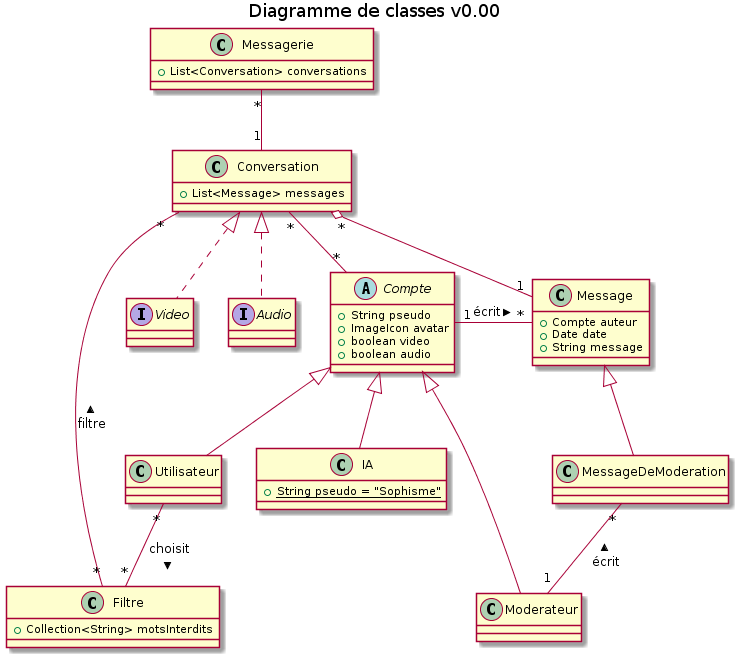
Earlier version of the PlantUML export DC/diagrammes/class-diag.png (gdarchen/WhatsASI). Source of this version:
```plantuml
@startuml
title Diagramme de classes v0.00

class Messagerie {
        +List<Conversation> conversations
}

abstract class Compte {
	+String pseudo
	+ImageIcon avatar
	+boolean video
	+boolean audio
}
class Utilisateur
class Moderateur
class IA {
	{static} +String pseudo = "Sophisme"
}

class Conversation {
	+List<Message> messages
}
class Filtre {
	+Collection<String> motsInterdits
}
class Message {
	+Compte auteur
	+Date date
	+String message
}

class MessageDeModeration
class Conversation
interface Video
interface Audio

Messagerie "*" -- "1" Conversation

Compte "*" -- "*" Conversation

Compte <|-- Moderateur
Compte <|-- Utilisateur
Compte <|-- IA

Conversation <|.. Video
Conversation <|.. Audio

Utilisateur "*" -- "*" Filtre : choisit >

Conversation "*" -- "*" Filtre : < filtre

Message <|-- MessageDeModeration
Message "1" -down-o "*" Conversation

Compte "1" -right- "*" Message : écrit >
MessageDeModeration "*" -- "1" Moderateur : < écrit
@enduml
```
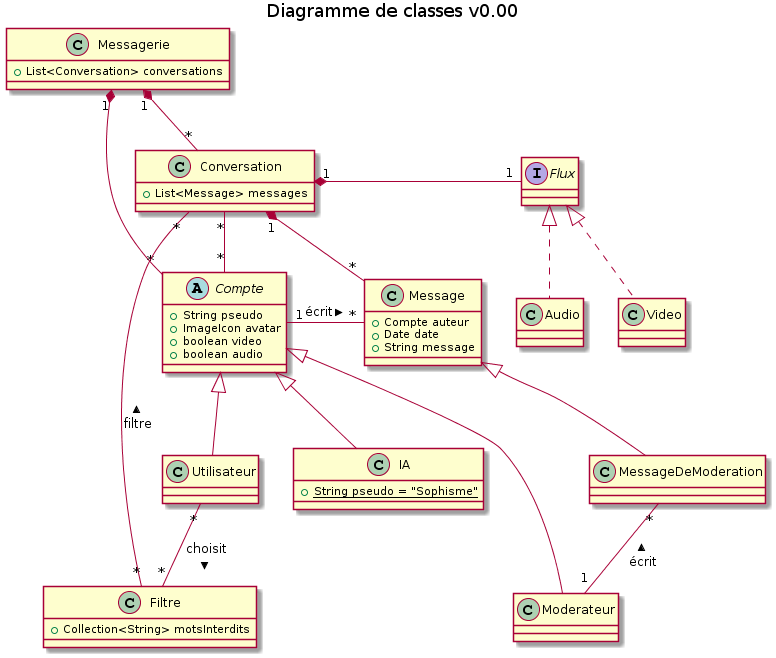
The same diagram one commit later.

Diff of the diagram source:
```diff
@@ -31,26 +31,30 @@
 
 class MessageDeModeration
 class Conversation
-interface Video
-interface Audio
+class Video
+class Audio
+interface Flux
 
-Messagerie "*" -- "1" Conversation
+Messagerie "1" *-down- "*" Conversation
 
 Compte "*" -- "*" Conversation
+
+Messagerie "1" *-down- "*" Compte
 
 Compte <|-- Moderateur
 Compte <|-- Utilisateur
 Compte <|-- IA
 
-Conversation <|.. Video
-Conversation <|.. Audio
+Conversation "1" *- "1" Flux
+Flux <|.. Video
+Flux <|.. Audio
 
 Utilisateur "*" -- "*" Filtre : choisit >
 
 Conversation "*" -- "*" Filtre : < filtre
 
 Message <|-- MessageDeModeration
-Message "1" -down-o "*" Conversation
+Message "*" -down-* "1" Conversation
 
 Compte "1" -right- "*" Message : écrit >
 MessageDeModeration "*" -- "1" Moderateur : < écrit
```
